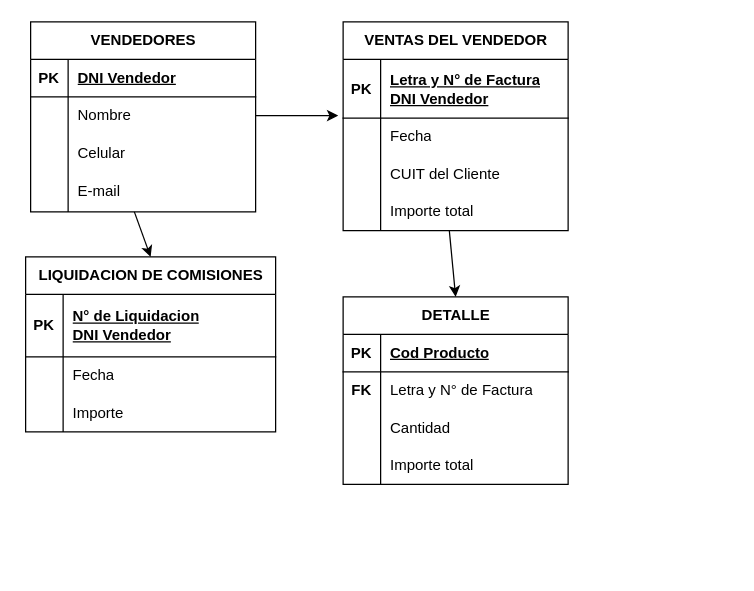
The draw.io diagram Diagrama sin título.drawio in Libreman3/Trabajos, before the edit. Source tidied: cells renumbered, new cells numbered last; positions are measured from the earlier drawing's top-left corner, leaving out a move shared by most shapes. Both pictures are drawn from the tidied source at 125%, with x=0, y=0 at pixel (25, 21).
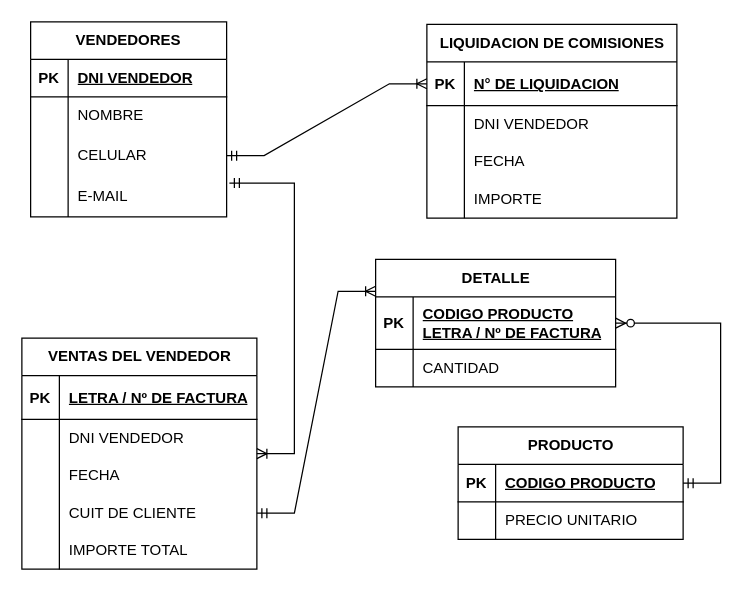
Above is the later version.

The edit, as a diff of the source:
```diff
@@
     <mxCell id="2" value="VENDEDORES" style="shape=table;startSize=30;childLayout=tableLayout;rowLines=0;fontStyle=1;align=center;html=1;" parent="1" vertex="1">
-      <mxGeometry x="4" width="180" height="152" as="geometry" />
+      <mxGeometry x="4" width="156.8" height="156" as="geometry" />
     </mxCell>
     <mxCell id="3" style="shape=tableRow;horizontal=0;startSize=0;swimlaneHead=0;swimlaneBody=0;fillColor=none;top=0;left=0;right=0;bottom=1;" parent="2" vertex="1">
-      <mxGeometry y="30" width="180" height="30" as="geometry" />
+      <mxGeometry y="30" width="156.8" height="30" as="geometry" />
     </mxCell>
@@
-    <mxCell id="5" value="DNI Vendedor" style="shape=partialRectangle;fillColor=none;top=0;left=0;bottom=0;right=0;align=left;spacingLeft=6;fontStyle=5;overflow=hidden;whiteSpace=wrap;html=1;" parent="3" vertex="1">
-      <mxGeometry x="30" width="150" height="30" as="geometry" />
+    <mxCell id="5" value="DNI VENDEDOR" style="shape=partialRectangle;fillColor=none;top=0;left=0;bottom=0;right=0;align=left;spacingLeft=6;fontStyle=5;overflow=hidden;whiteSpace=wrap;html=1;" parent="3" vertex="1">
+      <mxGeometry x="30" width="126.8" height="30" as="geometry" />
     </mxCell>
     <mxCell id="6" style="shape=tableRow;horizontal=0;startSize=0;swimlaneHead=0;swimlaneBody=0;fillColor=none;points=[[0,0.5],[1,0.5]];portConstraint=eastwest;top=0;left=0;right=0;bottom=0;" parent="2" vertex="1">
-      <mxGeometry y="60" width="180" height="30" as="geometry" />
+      <mxGeometry y="60" width="156.8" height="30" as="geometry" />
     </mxCell>
@@
-    <mxCell id="8" value="Nombre" style="shape=partialRectangle;fillColor=none;top=0;left=0;bottom=0;right=0;align=left;spacingLeft=6;overflow=hidden;whiteSpace=wrap;html=1;" parent="6" vertex="1">
-      <mxGeometry x="30" width="150" height="30" as="geometry" />
+    <mxCell id="8" value="NOMBRE" style="shape=partialRectangle;fillColor=none;top=0;left=0;bottom=0;right=0;align=left;spacingLeft=6;overflow=hidden;whiteSpace=wrap;html=1;" parent="6" vertex="1">
+      <mxGeometry x="30" width="126.8" height="30" as="geometry" />
     </mxCell>
     <mxCell id="9" style="shape=tableRow;horizontal=0;startSize=0;swimlaneHead=0;swimlaneBody=0;fillColor=none;points=[[0,0.5],[1,0.5]];portConstraint=eastwest;top=0;left=0;right=0;bottom=0;" parent="2" vertex="1">
-      <mxGeometry y="90" width="180" height="30" as="geometry" />
+      <mxGeometry y="90" width="156.8" height="34" as="geometry" />
     </mxCell>
     <mxCell id="10" style="shape=partialRectangle;fillColor=none;top=0;left=0;bottom=0;right=0;overflow=hidden;whiteSpace=wrap;html=1;" parent="9" vertex="1">
-      <mxGeometry width="30" height="30" as="geometry" />
+      <mxGeometry width="30" height="34" as="geometry" />
     </mxCell>
-    <mxCell id="11" value="Celular" style="shape=partialRectangle;fillColor=none;top=0;left=0;bottom=0;right=0;align=left;spacingLeft=6;overflow=hidden;whiteSpace=wrap;html=1;" parent="9" vertex="1">
-      <mxGeometry x="30" width="150" height="30" as="geometry" />
+    <mxCell id="11" value="CELULAR" style="shape=partialRectangle;fillColor=none;top=0;left=0;bottom=0;right=0;align=left;spacingLeft=6;overflow=hidden;whiteSpace=wrap;html=1;" parent="9" vertex="1">
+      <mxGeometry x="30" width="126.8" height="34" as="geometry" />
     </mxCell>
     <mxCell id="12" style="shape=tableRow;horizontal=0;startSize=0;swimlaneHead=0;swimlaneBody=0;fillColor=none;points=[[0,0.5],[1,0.5]];portConstraint=eastwest;top=0;left=0;right=0;bottom=0;" parent="2" vertex="1">
-      <mxGeometry y="120" width="180" height="32" as="geometry" />
+      <mxGeometry y="124" width="156.8" height="32" as="geometry" />
     </mxCell>
@@
-    <mxCell id="14" value="E-mail" style="shape=partialRectangle;fillColor=none;top=0;left=0;bottom=0;right=0;align=left;spacingLeft=6;overflow=hidden;whiteSpace=wrap;html=1;" parent="12" vertex="1">
-      <mxGeometry x="30" width="150" height="32" as="geometry" />
+    <mxCell id="14" value="E-MAIL" style="shape=partialRectangle;fillColor=none;top=0;left=0;bottom=0;right=0;align=left;spacingLeft=6;overflow=hidden;whiteSpace=wrap;html=1;" parent="12" vertex="1">
+      <mxGeometry x="30" width="126.8" height="32" as="geometry" />
     </mxCell>
     <mxCell id="15" value="VENTAS DEL VENDEDOR" style="shape=table;startSize=30;childLayout=tableLayout;rowLines=0;fontStyle=1;align=center;html=1;" parent="1" vertex="1">
-      <mxGeometry x="254" width="180" height="167" as="geometry" />
+      <mxGeometry x="-3" y="253" width="188" height="184.8" as="geometry" />
     </mxCell>
     <mxCell id="16" style="shape=tableRow;horizontal=0;startSize=0;swimlaneHead=0;swimlaneBody=0;fillColor=none;top=0;left=0;right=0;bottom=1;" parent="15" vertex="1">
-      <mxGeometry y="30" width="180" height="47" as="geometry" />
+      <mxGeometry y="30" width="188" height="35" as="geometry" />
     </mxCell>
     <mxCell id="17" value="PK" style="shape=partialRectangle;fillColor=none;top=0;left=0;bottom=0;right=0;fontStyle=1;overflow=hidden;whiteSpace=wrap;html=1;" parent="16" vertex="1">
-      <mxGeometry width="30" height="47" as="geometry" />
+      <mxGeometry width="30" height="35" as="geometry" />
     </mxCell>
-    <mxCell id="18" value="Letra y N° de Factura&lt;div&gt;DNI Vendedor&lt;/div&gt;" style="shape=partialRectangle;fillColor=none;top=0;left=0;bottom=0;right=0;align=left;spacingLeft=6;fontStyle=5;overflow=hidden;whiteSpace=wrap;html=1;" parent="16" vertex="1">
-      <mxGeometry x="30" width="150" height="47" as="geometry" />
+    <mxCell id="18" value="LETRA / Nº DE FACTURA" style="shape=partialRectangle;fillColor=none;top=0;left=0;bottom=0;right=0;align=left;spacingLeft=6;fontStyle=5;overflow=hidden;whiteSpace=wrap;html=1;" parent="16" vertex="1">
+      <mxGeometry x="30" width="158" height="35" as="geometry" />
     </mxCell>
     <mxCell id="19" style="shape=tableRow;horizontal=0;startSize=0;swimlaneHead=0;swimlaneBody=0;fillColor=none;points=[[0,0.5],[1,0.5]];portConstraint=eastwest;top=0;left=0;right=0;bottom=0;" parent="15" vertex="1">
-      <mxGeometry y="77" width="180" height="30" as="geometry" />
+      <mxGeometry y="65" width="188" height="30" as="geometry" />
     </mxCell>
@@
-    <mxCell id="21" value="Fecha" style="shape=partialRectangle;fillColor=none;top=0;left=0;bottom=0;right=0;align=left;spacingLeft=6;overflow=hidden;whiteSpace=wrap;html=1;" parent="19" vertex="1">
-      <mxGeometry x="30" width="150" height="30" as="geometry" />
+    <mxCell id="21" value="DNI VENDEDOR" style="shape=partialRectangle;fillColor=none;top=0;left=0;bottom=0;right=0;align=left;spacingLeft=6;overflow=hidden;whiteSpace=wrap;html=1;" parent="19" vertex="1">
+      <mxGeometry x="30" width="158" height="30" as="geometry" />
     </mxCell>
     <mxCell id="22" style="shape=tableRow;horizontal=0;startSize=0;swimlaneHead=0;swimlaneBody=0;fillColor=none;top=0;left=0;right=0;bottom=0;" parent="15" vertex="1">
-      <mxGeometry y="107" width="180" height="30" as="geometry" />
+      <mxGeometry y="95" width="188" height="30" as="geometry" />
     </mxCell>
@@
-    <mxCell id="24" value="CUIT del Cliente" style="shape=partialRectangle;fillColor=none;top=0;left=0;bottom=0;right=0;align=left;spacingLeft=6;overflow=hidden;whiteSpace=wrap;html=1;" parent="22" vertex="1">
-      <mxGeometry x="30" width="150" height="30" as="geometry" />
+    <mxCell id="24" value="FECHA" style="shape=partialRectangle;fillColor=none;top=0;left=0;bottom=0;right=0;align=left;spacingLeft=6;overflow=hidden;whiteSpace=wrap;html=1;" parent="22" vertex="1">
+      <mxGeometry x="30" width="158" height="30" as="geometry" />
     </mxCell>
     <mxCell id="25" style="shape=tableRow;horizontal=0;startSize=0;swimlaneHead=0;swimlaneBody=0;fillColor=none;points=[[0,0.5],[1,0.5]];portConstraint=eastwest;top=0;left=0;right=0;bottom=0;" parent="15" vertex="1">
-      <mxGeometry y="137" width="180" height="30" as="geometry" />
+      <mxGeometry y="125" width="188" height="30" as="geometry" />
     </mxCell>
@@
-    <mxCell id="27" value="Importe total" style="shape=partialRectangle;fillColor=none;top=0;left=0;bottom=0;right=0;align=left;spacingLeft=6;overflow=hidden;whiteSpace=wrap;html=1;" parent="25" vertex="1">
-      <mxGeometry x="30" width="150" height="30" as="geometry" />
+    <mxCell id="27" value="CUIT DE CLIENTE" style="shape=partialRectangle;fillColor=none;top=0;left=0;bottom=0;right=0;align=left;spacingLeft=6;overflow=hidden;whiteSpace=wrap;html=1;" parent="25" vertex="1">
+      <mxGeometry x="30" width="158" height="30" as="geometry" />
     </mxCell>
+    <mxCell id="54" style="shape=tableRow;horizontal=0;startSize=0;swimlaneHead=0;swimlaneBody=0;fillColor=none;top=0;left=0;right=0;bottom=0;" parent="15" vertex="1">
+      <mxGeometry y="155" width="188" height="30" as="geometry" />
+    </mxCell>
+    <mxCell id="55" style="shape=partialRectangle;fillColor=none;top=0;left=0;bottom=0;right=0;overflow=hidden;whiteSpace=wrap;html=1;" parent="54" vertex="1">
+      <mxGeometry width="30" height="30" as="geometry" />
+    </mxCell>
+    <mxCell id="56" value="IMPORTE TOTAL" style="shape=partialRectangle;fillColor=none;top=0;left=0;bottom=0;right=0;align=left;spacingLeft=6;overflow=hidden;whiteSpace=wrap;html=1;" parent="54" vertex="1">
+      <mxGeometry x="30" width="158" height="30" as="geometry" />
+    </mxCell>
     <mxCell id="28" value="DETALLE" style="shape=table;startSize=30;childLayout=tableLayout;rowLines=0;fontStyle=1;align=center;html=1;" parent="1" vertex="1">
-      <mxGeometry x="254" y="220" width="180" height="150" as="geometry" />
+      <mxGeometry x="280" y="190" width="192" height="102" as="geometry" />
     </mxCell>
     <mxCell id="29" style="shape=tableRow;horizontal=0;startSize=0;swimlaneHead=0;swimlaneBody=0;fillColor=none;points=[[0,0.5],[1,0.5]];portConstraint=eastwest;top=0;left=0;right=0;bottom=1;" parent="28" vertex="1">
-      <mxGeometry y="30" width="180" height="30" as="geometry" />
+      <mxGeometry y="30" width="192" height="42" as="geometry" />
     </mxCell>
     <mxCell id="30" value="PK" style="shape=partialRectangle;fillColor=none;top=0;left=0;bottom=0;right=0;fontStyle=1;overflow=hidden;whiteSpace=wrap;html=1;" parent="29" vertex="1">
-      <mxGeometry width="30" height="30" as="geometry" />
+      <mxGeometry width="30" height="42" as="geometry" />
     </mxCell>
-    <mxCell id="31" value="Cod Producto" style="shape=partialRectangle;fillColor=none;top=0;left=0;bottom=0;right=0;align=left;spacingLeft=6;fontStyle=5;overflow=hidden;whiteSpace=wrap;html=1;" parent="29" vertex="1">
-      <mxGeometry x="30" width="150" height="30" as="geometry" />
+    <mxCell id="31" value="CODIGO PRODUCTO&lt;div&gt;LETRA / Nº DE FACTURA&lt;/div&gt;" style="shape=partialRectangle;fillColor=none;top=0;left=0;bottom=0;right=0;align=left;spacingLeft=6;fontStyle=5;overflow=hidden;whiteSpace=wrap;html=1;" parent="29" vertex="1">
+      <mxGeometry x="30" width="162" height="42" as="geometry" />
     </mxCell>
     <mxCell id="32" style="shape=tableRow;horizontal=0;startSize=0;swimlaneHead=0;swimlaneBody=0;fillColor=none;top=0;left=0;right=0;bottom=0;" parent="28" vertex="1">
-      <mxGeometry y="60" width="180" height="30" as="geometry" />
+      <mxGeometry y="72" width="192" height="30" as="geometry" />
     </mxCell>
-    <mxCell id="33" value="&lt;b&gt;F&lt;/b&gt;&lt;b style=&quot;background-color: initial;&quot;&gt;K&lt;/b&gt;" style="shape=partialRectangle;fillColor=none;top=0;left=0;bottom=0;right=0;overflow=hidden;whiteSpace=wrap;html=1;" parent="32" vertex="1">
+    <mxCell id="33" style="shape=partialRectangle;fillColor=none;top=0;left=0;bottom=0;right=0;overflow=hidden;whiteSpace=wrap;html=1;" parent="32" vertex="1">
       <mxGeometry width="30" height="30" as="geometry" />
     </mxCell>
-    <mxCell id="34" value="Letra y N° de Factura" style="shape=partialRectangle;fillColor=none;top=0;left=0;bottom=0;right=0;align=left;spacingLeft=6;overflow=hidden;whiteSpace=wrap;html=1;" parent="32" vertex="1">
-      <mxGeometry x="30" width="150" height="30" as="geometry" />
+    <mxCell id="34" value="CANTIDAD" style="shape=partialRectangle;fillColor=none;top=0;left=0;bottom=0;right=0;align=left;spacingLeft=6;overflow=hidden;whiteSpace=wrap;html=1;" parent="32" vertex="1">
+      <mxGeometry x="30" width="162" height="30" as="geometry" />
     </mxCell>
-    <mxCell id="35" style="shape=tableRow;horizontal=0;startSize=0;swimlaneHead=0;swimlaneBody=0;fillColor=none;top=0;left=0;right=0;bottom=0;" parent="28" vertex="1">
-      <mxGeometry y="90" width="180" height="30" as="geometry" />
-    </mxCell>
-    <mxCell id="36" style="shape=partialRectangle;fillColor=none;top=0;left=0;bottom=0;right=0;overflow=hidden;whiteSpace=wrap;html=1;" parent="35" vertex="1">
-      <mxGeometry width="30" height="30" as="geometry" />
-    </mxCell>
-    <mxCell id="37" value="Cantidad" style="shape=partialRectangle;fillColor=none;top=0;left=0;bottom=0;right=0;align=left;spacingLeft=6;overflow=hidden;whiteSpace=wrap;html=1;" parent="35" vertex="1">
-      <mxGeometry x="30" width="150" height="30" as="geometry" />
-    </mxCell>
-    <mxCell id="38" style="shape=tableRow;horizontal=0;startSize=0;swimlaneHead=0;swimlaneBody=0;fillColor=none;top=0;left=0;right=0;bottom=0;" parent="28" vertex="1">
-      <mxGeometry y="120" width="180" height="30" as="geometry" />
-    </mxCell>
-    <mxCell id="39" style="shape=partialRectangle;fillColor=none;top=0;left=0;bottom=0;right=0;overflow=hidden;whiteSpace=wrap;html=1;" parent="38" vertex="1">
-      <mxGeometry width="30" height="30" as="geometry" />
-    </mxCell>
-    <mxCell id="40" value="Importe total" style="shape=partialRectangle;fillColor=none;top=0;left=0;bottom=0;right=0;align=left;spacingLeft=6;overflow=hidden;whiteSpace=wrap;html=1;" parent="38" vertex="1">
-      <mxGeometry x="30" width="150" height="30" as="geometry" />
-    </mxCell>
     <mxCell id="41" value="LIQUIDACION DE COMISIONES" style="shape=table;startSize=30;childLayout=tableLayout;rowLines=0;fontStyle=1;align=center;html=1;" parent="1" vertex="1">
-      <mxGeometry y="188" width="200" height="140" as="geometry" />
+      <mxGeometry x="321" y="2" width="200" height="155" as="geometry" />
     </mxCell>
-    <mxCell id="42" style="shape=tableRow;horizontal=0;startSize=0;swimlaneHead=0;swimlaneBody=0;fillColor=none;top=0;left=0;right=0;bottom=1;" parent="41" vertex="1">
-      <mxGeometry y="30" width="200" height="50" as="geometry" />
-    </mxCell>
-    <mxCell id="43" value="PK" style="shape=partialRectangle;fillColor=none;top=0;left=0;bottom=0;right=0;fontStyle=1;overflow=hidden;whiteSpace=wrap;html=1;" parent="42" vertex="1">
-      <mxGeometry width="30" height="50" as="geometry" />
-    </mxCell>
-    <mxCell id="44" value="N° de Liquidacion&lt;div&gt;DNI Vendedor&lt;/div&gt;" style="shape=partialRectangle;fillColor=none;top=0;left=0;bottom=0;right=0;align=left;spacingLeft=6;fontStyle=5;overflow=hidden;whiteSpace=wrap;html=1;" parent="42" vertex="1">
-      <mxGeometry x="30" width="170" height="50" as="geometry" />
-    </mxCell>
+    <mxCell id="57" style="shape=tableRow;horizontal=0;startSize=0;swimlaneHead=0;swimlaneBody=0;fillColor=none;points=[[0,0.5],[1,0.5]];portConstraint=eastwest;top=0;left=0;right=0;bottom=1;" parent="41" vertex="1">
+      <mxGeometry y="30" width="200" height="35" as="geometry" />
+    </mxCell>
+    <mxCell id="58" value="PK" style="shape=partialRectangle;fillColor=none;top=0;left=0;bottom=0;right=0;fontStyle=1;overflow=hidden;whiteSpace=wrap;html=1;" parent="57" vertex="1">
+      <mxGeometry width="30" height="35" as="geometry" />
+    </mxCell>
+    <mxCell id="59" value="N° DE LIQUIDACION" style="shape=partialRectangle;fillColor=none;top=0;left=0;bottom=0;right=0;align=left;spacingLeft=6;fontStyle=5;overflow=hidden;whiteSpace=wrap;html=1;verticalAlign=middle;" parent="57" vertex="1">
+      <mxGeometry x="30" width="170" height="35" as="geometry" />
+    </mxCell>
     <mxCell id="45" style="shape=tableRow;horizontal=0;startSize=0;swimlaneHead=0;swimlaneBody=0;fillColor=none;top=0;left=0;right=0;bottom=0;" parent="41" vertex="1">
-      <mxGeometry y="80" width="200" height="30" as="geometry" />
+      <mxGeometry y="65" width="200" height="30" as="geometry" />
     </mxCell>
@@
-    <mxCell id="47" value="Fecha" style="shape=partialRectangle;fillColor=none;top=0;left=0;bottom=0;right=0;align=left;spacingLeft=6;overflow=hidden;whiteSpace=wrap;html=1;" parent="45" vertex="1">
+    <mxCell id="47" value="DNI VENDEDOR" style="shape=partialRectangle;fillColor=none;top=0;left=0;bottom=0;right=0;align=left;spacingLeft=6;overflow=hidden;whiteSpace=wrap;html=1;" parent="45" vertex="1">
       <mxGeometry x="30" width="170" height="30" as="geometry" />
     </mxCell>
     <mxCell id="48" style="shape=tableRow;horizontal=0;startSize=0;swimlaneHead=0;swimlaneBody=0;fillColor=none;top=0;left=0;right=0;bottom=0;" parent="41" vertex="1">
-      <mxGeometry y="110" width="200" height="30" as="geometry" />
+      <mxGeometry y="95" width="200" height="30" as="geometry" />
     </mxCell>
@@
-    <mxCell id="50" value="Importe" style="shape=partialRectangle;fillColor=none;top=0;left=0;bottom=0;right=0;align=left;spacingLeft=6;overflow=hidden;whiteSpace=wrap;html=1;" parent="48" vertex="1">
+    <mxCell id="50" value="FECHA" style="shape=partialRectangle;fillColor=none;top=0;left=0;bottom=0;right=0;align=left;spacingLeft=6;overflow=hidden;whiteSpace=wrap;html=1;" parent="48" vertex="1">
       <mxGeometry x="30" width="170" height="30" as="geometry" />
     </mxCell>
+    <mxCell id="60" style="shape=tableRow;horizontal=0;startSize=0;swimlaneHead=0;swimlaneBody=0;fillColor=none;top=0;left=0;right=0;bottom=0;" parent="41" vertex="1">
+      <mxGeometry y="125" width="200" height="30" as="geometry" />
+    </mxCell>
+    <mxCell id="61" style="shape=partialRectangle;fillColor=none;top=0;left=0;bottom=0;right=0;overflow=hidden;whiteSpace=wrap;html=1;" parent="60" vertex="1">
+      <mxGeometry width="30" height="30" as="geometry" />
+    </mxCell>
+    <mxCell id="62" value="IMPORTE" style="shape=partialRectangle;fillColor=none;top=0;left=0;bottom=0;right=0;align=left;spacingLeft=6;overflow=hidden;whiteSpace=wrap;html=1;" parent="60" vertex="1">
+      <mxGeometry x="30" width="170" height="30" as="geometry" />
+    </mxCell>
+    <mxCell id="63" value="PRODUCTO" style="shape=table;startSize=30;childLayout=tableLayout;rowLines=0;fontStyle=1;align=center;html=1;" parent="1" vertex="1">
+      <mxGeometry x="346" y="324" width="180" height="90" as="geometry" />
+    </mxCell>
+    <mxCell id="64" style="shape=tableRow;horizontal=0;startSize=0;swimlaneHead=0;swimlaneBody=0;fillColor=none;points=[[0,0.5],[1,0.5]];portConstraint=eastwest;top=0;left=0;right=0;bottom=1;" parent="63" vertex="1">
+      <mxGeometry y="30" width="180" height="30" as="geometry" />
+    </mxCell>
+    <mxCell id="65" value="PK" style="shape=partialRectangle;fillColor=none;top=0;left=0;bottom=0;right=0;fontStyle=1;overflow=hidden;whiteSpace=wrap;html=1;" parent="64" vertex="1">
+      <mxGeometry width="30" height="30" as="geometry" />
+    </mxCell>
+    <mxCell id="66" value="CODIGO PRODUCTO" style="shape=partialRectangle;fillColor=none;top=0;left=0;bottom=0;right=0;align=left;spacingLeft=6;fontStyle=5;overflow=hidden;whiteSpace=wrap;html=1;" parent="64" vertex="1">
+      <mxGeometry x="30" width="150" height="30" as="geometry" />
+    </mxCell>
+    <mxCell id="67" style="shape=tableRow;horizontal=0;startSize=0;swimlaneHead=0;swimlaneBody=0;fillColor=none;top=0;left=0;right=0;bottom=0;" parent="63" vertex="1">
+      <mxGeometry y="60" width="180" height="30" as="geometry" />
+    </mxCell>
+    <mxCell id="68" style="shape=partialRectangle;fillColor=none;top=0;left=0;bottom=0;right=0;overflow=hidden;whiteSpace=wrap;html=1;" parent="67" vertex="1">
+      <mxGeometry width="30" height="30" as="geometry" />
+    </mxCell>
+    <mxCell id="69" value="PRECIO UNITARIO" style="shape=partialRectangle;fillColor=none;top=0;left=0;bottom=0;right=0;align=left;spacingLeft=6;overflow=hidden;whiteSpace=wrap;html=1;" parent="67" vertex="1">
+      <mxGeometry x="30" width="150" height="30" as="geometry" />
+    </mxCell>
+    <mxCell id="70" style="edgeStyle=entityRelationEdgeStyle;fontSize=12;html=1;endArrow=ERoneToMany;startArrow=ERmandOne;rounded=0;exitX=1;exitY=0.5;exitDx=0;exitDy=0;entryX=0;entryY=0.5;entryDx=0;entryDy=0;" parent="1" edge="1" source="9" target="57">
+      <mxGeometry relative="1" as="geometry">
+        <Array as="points">
+          <mxPoint x="238" y="93" />
+          <mxPoint x="331" y="198" />
+          <mxPoint x="334" y="218" />
+        </Array>
+      </mxGeometry>
+    </mxCell>
+    <mxCell id="71" style="edgeStyle=entityRelationEdgeStyle;fontSize=12;html=1;endArrow=ERoneToMany;startArrow=ERmandOne;rounded=0;exitX=1.014;exitY=0.156;exitDx=0;exitDy=0;exitPerimeter=0;" parent="1" edge="1" source="12" target="15">
+      <mxGeometry relative="1" as="geometry" />
+    </mxCell>
-    <mxCell id="51" style="endArrow=classic;html=1;rounded=0;exitX=0.472;exitY=1;exitDx=0;exitDy=0;exitPerimeter=0;entryX=0.5;entryY=0;entryDx=0;entryDy=0;" parent="1" edge="1" source="25" target="28">
+    <mxCell id="51" style="edgeStyle=entityRelationEdgeStyle;fontSize=12;html=1;endArrow=ERoneToMany;startArrow=ERmandOne;rounded=0;exitX=1;exitY=0.5;exitDx=0;exitDy=0;entryX=0;entryY=0.25;entryDx=0;entryDy=0;" parent="1" edge="1" source="25" target="28">
       <mxGeometry relative="1" as="geometry" />
     </mxCell>
-    <mxCell id="52" style="endArrow=classic;html=1;rounded=0;exitX=0.461;exitY=1;exitDx=0;exitDy=0;exitPerimeter=0;entryX=0.5;entryY=0;entryDx=0;entryDy=0;" parent="1" edge="1" source="12" target="41">
-      <mxGeometry relative="1" as="geometry" />
-    </mxCell>
-    <mxCell id="53" style="edgeStyle=orthogonalEdgeStyle;rounded=0;jettySize=auto;html=1;exitX=1;exitY=0.5;exitDx=0;exitDy=0;entryX=-0.022;entryY=-0.067;entryDx=0;entryDy=0;entryPerimeter=0;" parent="1" edge="1" source="6" target="19">
-      <mxGeometry relative="1" as="geometry" />
-    </mxCell>
+    <mxCell id="72" style="edgeStyle=entityRelationEdgeStyle;fontSize=12;html=1;endArrow=ERzeroToMany;startArrow=ERmandOne;rounded=0;" parent="1" edge="1" source="64" target="29">
+      <mxGeometry relative="1" as="geometry" />
+    </mxCell>
```
